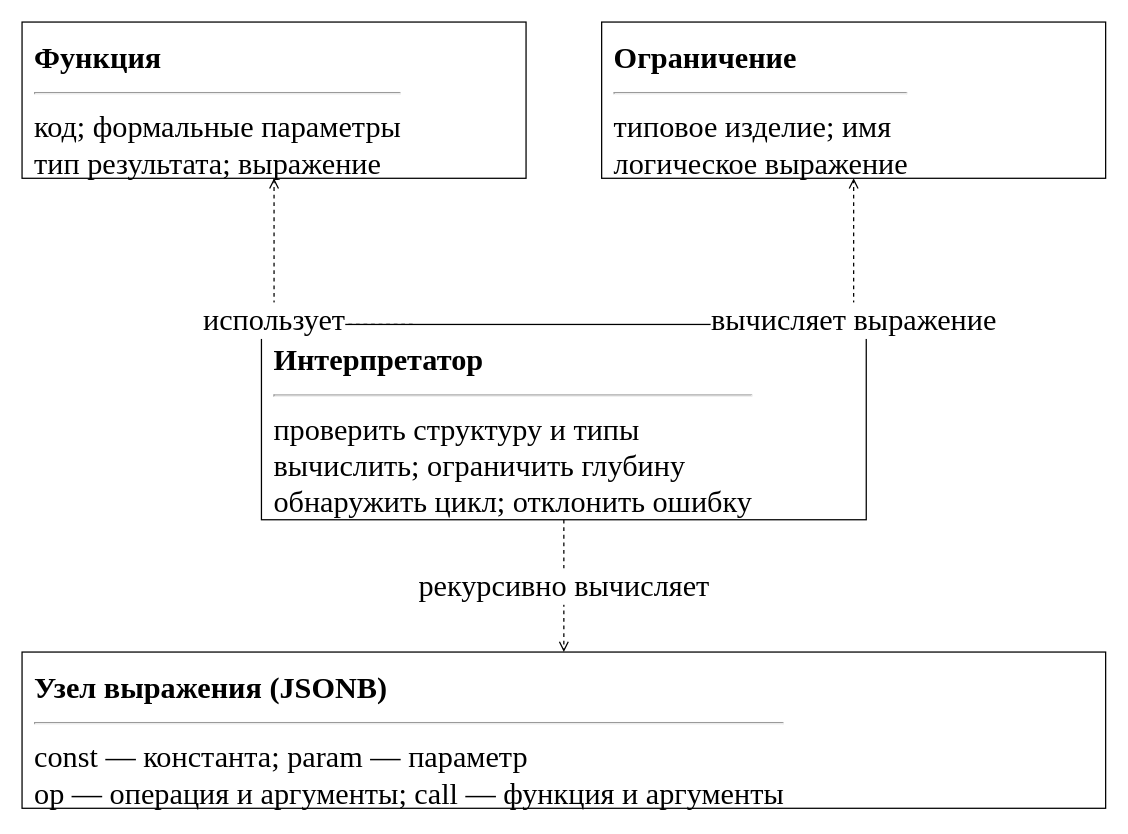
10xtheo/mispris-sem7 keeps this draw.io diagram as utils/lab7/diagrams/04_classes_interpreter.drawio. Above is the earlier version. Source tidied: cells renumbered, new cells numbered last; positions are measured from the earlier drawing's top-left corner, leaving out a move shared by most shapes. Both pictures are drawn from the tidied source at 126%, with x=0, y=0 at pixel (21, 21).
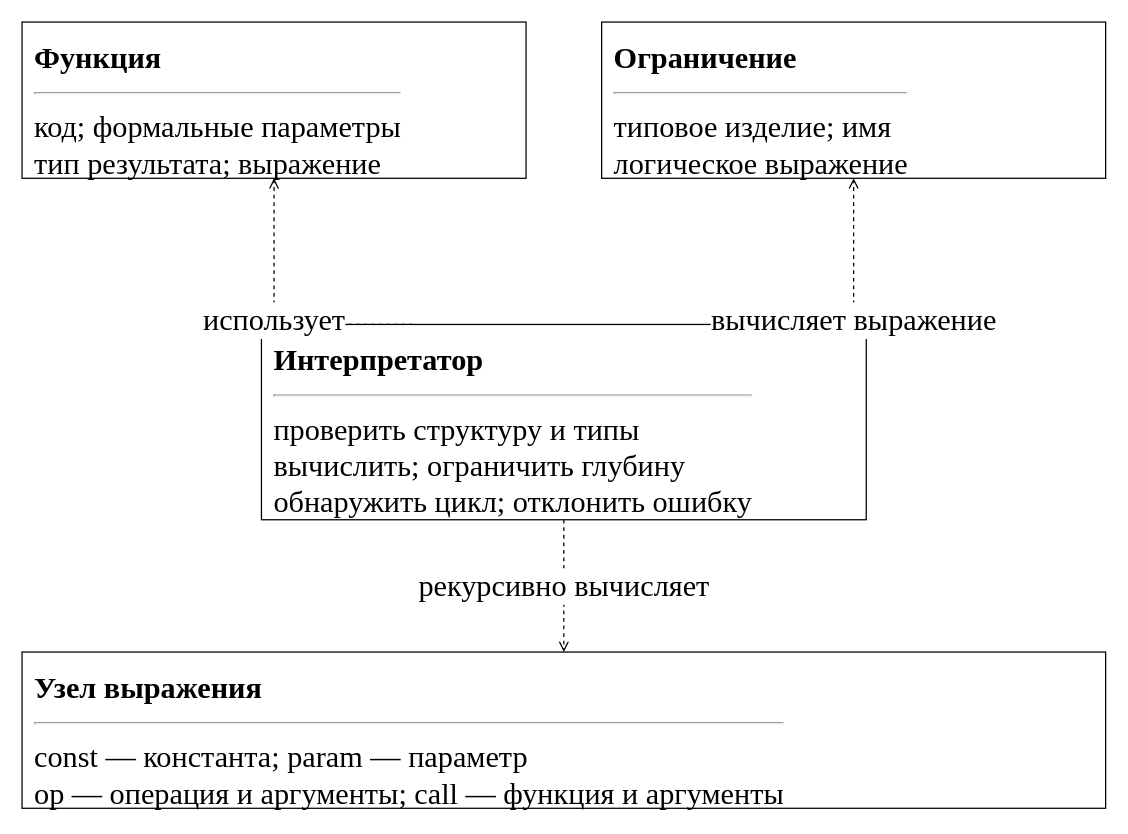
The same page after the edit.

Diff of the diagram source:
```diff
@@
 <mxGraphModel>
   <root>
     <mxCell id="0" />
     <mxCell id="1" parent="0" />
     <mxCell id="2" value="&lt;b&gt;Функция&lt;/b&gt;&lt;hr&gt;код; формальные параметры&lt;br&gt;тип результата; выражение" style="rounded=0;whiteSpace=wrap;html=1;align=left;verticalAlign=top;fontFamily=Times New Roman;fontSize=24;spacing=10;fillColor=#ffffff;strokeColor=#000000;" parent="1" vertex="1">
       <mxGeometry width="400" height="124" as="geometry" />
     </mxCell>
     <mxCell id="3" value="&lt;b&gt;Ограничение&lt;/b&gt;&lt;hr&gt;типовое изделие; имя&lt;br&gt;логическое выражение" style="rounded=0;whiteSpace=wrap;html=1;align=left;verticalAlign=top;fontFamily=Times New Roman;fontSize=24;spacing=10;fillColor=#ffffff;strokeColor=#000000;" parent="1" vertex="1">
       <mxGeometry x="460" width="400" height="124" as="geometry" />
     </mxCell>
     <mxCell id="4" value="&lt;b&gt;Интерпретатор&lt;/b&gt;&lt;hr&gt;проверить структуру и типы&lt;br&gt;вычислить; ограничить глубину&lt;br&gt;обнаружить цикл; отклонить ошибку" style="rounded=0;whiteSpace=wrap;html=1;align=left;verticalAlign=top;fontFamily=Times New Roman;fontSize=24;spacing=10;fillColor=#ffffff;strokeColor=#000000;" parent="1" vertex="1">
       <mxGeometry x="190" y="240" width="480" height="155" as="geometry" />
     </mxCell>
-    <mxCell id="5" value="&lt;b&gt;Узел выражения (JSONB)&lt;/b&gt;&lt;hr&gt;const — константа; param — параметр&lt;br&gt;op — операция и аргументы; call — функция и аргументы" style="rounded=0;whiteSpace=wrap;html=1;align=left;verticalAlign=top;fontFamily=Times New Roman;fontSize=24;spacing=10;fillColor=#ffffff;strokeColor=#000000;" parent="1" vertex="1">
+    <mxCell id="5" value="&lt;b&gt;Узел выражения&lt;/b&gt;&lt;hr&gt;const — константа; param — параметр&lt;br&gt;op — операция и аргументы; call — функция и аргументы" style="rounded=0;whiteSpace=wrap;html=1;align=left;verticalAlign=top;fontFamily=Times New Roman;fontSize=24;spacing=10;fillColor=#ffffff;strokeColor=#000000;" parent="1" vertex="1">
       <mxGeometry y="500" width="860" height="124" as="geometry" />
     </mxCell>
     <mxCell id="6" value="использует" style="edgeStyle=orthogonalEdgeStyle;rounded=0;html=1;endArrow=open;fontFamily=Times New Roman;fontSize=24;labelBackgroundColor=#ffffff;exitX=0.25;exitY=0.0;entryX=0.5;entryY=1.0;dashed=1;endArrow=open;" parent="1" edge="1" source="4" target="2">
       <mxGeometry relative="1" as="geometry">
         <Array as="points">
           <mxPoint x="310" y="240" />
           <mxPoint x="200" y="240" />
         </Array>
       </mxGeometry>
     </mxCell>
     <mxCell id="7" value="вычисляет выражение" style="edgeStyle=orthogonalEdgeStyle;rounded=0;html=1;endArrow=open;fontFamily=Times New Roman;fontSize=24;labelBackgroundColor=#ffffff;exitX=0.75;exitY=0.0;entryX=0.5;entryY=1.0;dashed=1;endArrow=open;" parent="1" edge="1" source="4" target="3">
       <mxGeometry relative="1" as="geometry">
         <Array as="points">
           <mxPoint x="550" y="240" />
           <mxPoint x="660" y="240" />
         </Array>
       </mxGeometry>
     </mxCell>
     <mxCell id="8" value="рекурсивно вычисляет" style="edgeStyle=orthogonalEdgeStyle;rounded=0;html=1;endArrow=open;fontFamily=Times New Roman;fontSize=24;labelBackgroundColor=#ffffff;exitX=0.5;exitY=1.0;entryX=0.5;entryY=0.0;dashed=1;endArrow=open;" parent="1" edge="1" source="4" target="5">
       <mxGeometry relative="1" as="geometry" />
     </mxCell>
   </root>
 </mxGraphModel>
```
